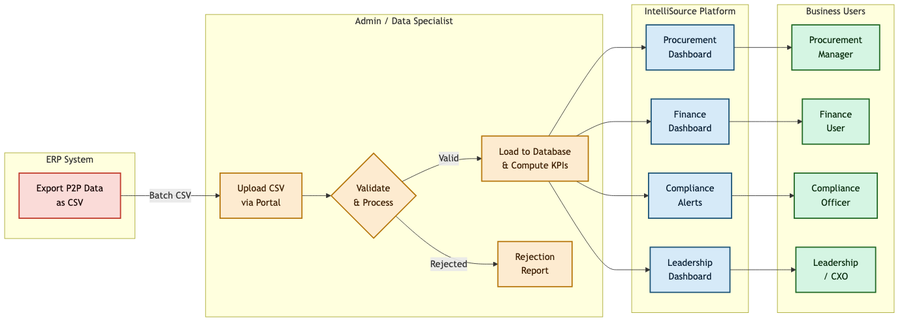
The Mermaid diagram ARB/Diagrams/D01_BusinessProcess_ToBe.png in satyam-raj404/kpmg-intelliflow, before a commit. Its source is kept beside it as ARB/D01_BusinessProcess_ToBe.mmd. The source it was exported from:
```mermaid
flowchart LR
    classDef erpStyle   fill:#FADBD8,stroke:#C0392B,color:#1A0808,stroke-width:2px
    classDef adminStyle fill:#FDEBD0,stroke:#B7770D,color:#3D1F03,stroke-width:2px
    classDef platStyle  fill:#D6EAF8,stroke:#1A5276,color:#0A2035,stroke-width:2px
    classDef userStyle  fill:#D5F5E3,stroke:#1E6823,color:#0A2D0F,stroke-width:2px

    subgraph ERP["ERP System"]
        S1["Export P2P Data\nas CSV"]
    end

    subgraph ADMIN["Admin / Data Specialist"]
        A1["Upload CSV\nvia Portal"]
        A2{"Validate\n& Process"}
        A3["Load to Database\n& Compute KPIs"]
        A1 --> A2
        A2 -->|Valid| A3
        A2 -->|Rejected| A4["Rejection\nReport"]
    end

    subgraph PLATFORM["IntelliSource Platform"]
        P1["Procurement\nDashboard"]
        P2["Finance\nDashboard"]
        P3["Compliance\nAlerts"]
        P4["Leadership\nDashboard"]
    end

    subgraph USERS["Business Users"]
        U1["Procurement\nManager"]
        U2["Finance\nUser"]
        U3["Compliance\nOfficer"]
        U4["Leadership\n/ CXO"]
    end

    S1 -->|Batch CSV| A1
    A3 --> P1
    A3 --> P2
    A3 --> P3
    A3 --> P4
    P1 --> U1
    P2 --> U2
    P3 --> U3
    P4 --> U4

    class S1 erpStyle
    class A1,A2,A3,A4 adminStyle
    class P1,P2,P3,P4 platStyle
    class U1,U2,U3,U4 userStyle
```
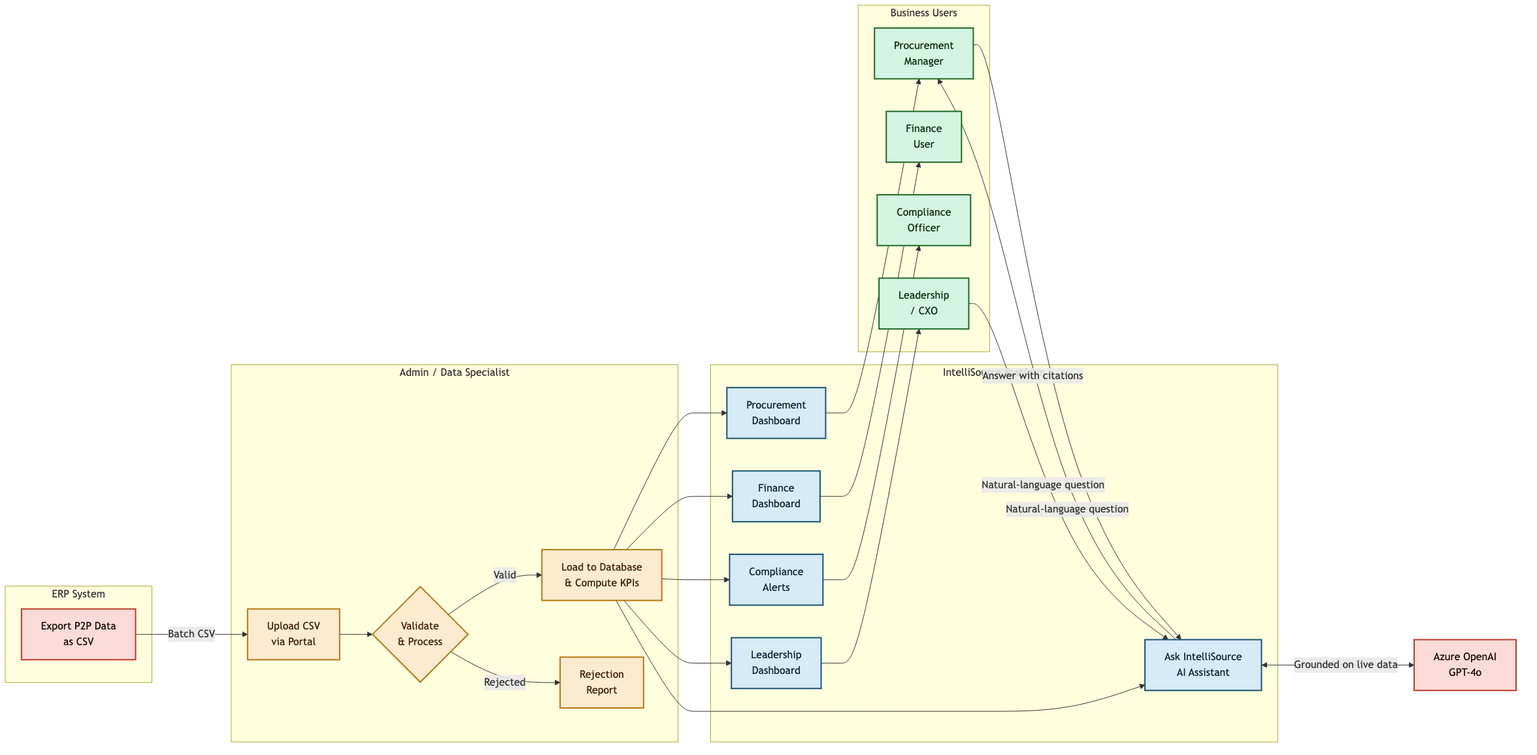
Later version of the same file.

Diff of the diagram source:
```diff
@@ -22,6 +22,7 @@
         P2["Finance\nDashboard"]
         P3["Compliance\nAlerts"]
         P4["Leadership\nDashboard"]
+        P5["Ask IntelliSource\nAI Assistant"]
     end
 
     subgraph USERS["Business Users"]
@@ -31,17 +32,25 @@
         U4["Leadership\n/ CXO"]
     end
 
+    AI["Azure OpenAI\nGPT-4o"]
+
     S1 -->|Batch CSV| A1
     A3 --> P1
     A3 --> P2
     A3 --> P3
     A3 --> P4
+    A3 --> P5
     P1 --> U1
     P2 --> U2
     P3 --> U3
     P4 --> U4
+    U1 -->|"Natural-language question"| P5
+    U4 -->|"Natural-language question"| P5
+    P5 <-->|"Grounded on live data"| AI
+    P5 -->|"Answer with citations"| U1
 
     class S1 erpStyle
     class A1,A2,A3,A4 adminStyle
-    class P1,P2,P3,P4 platStyle
+    class P1,P2,P3,P4,P5 platStyle
     class U1,U2,U3,U4 userStyle
+    class AI erpStyle
```
